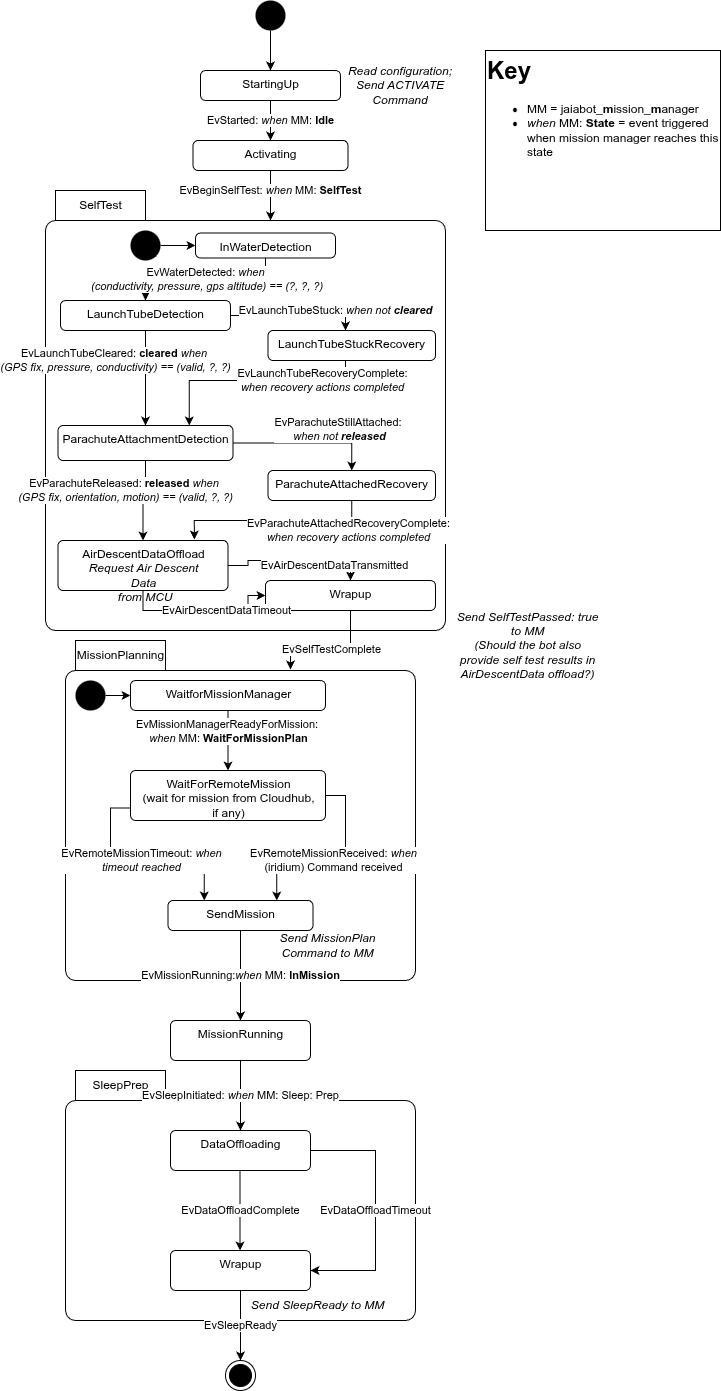
The draw.io diagram src/doc/figures/storm/storm-manager-states.png in jaiarobotics/jaiabot, before a commit. Source tidied: cells renumbered, new cells last; positions are measured from the earlier drawing's top-left corner, leaving out a move shared by most shapes.
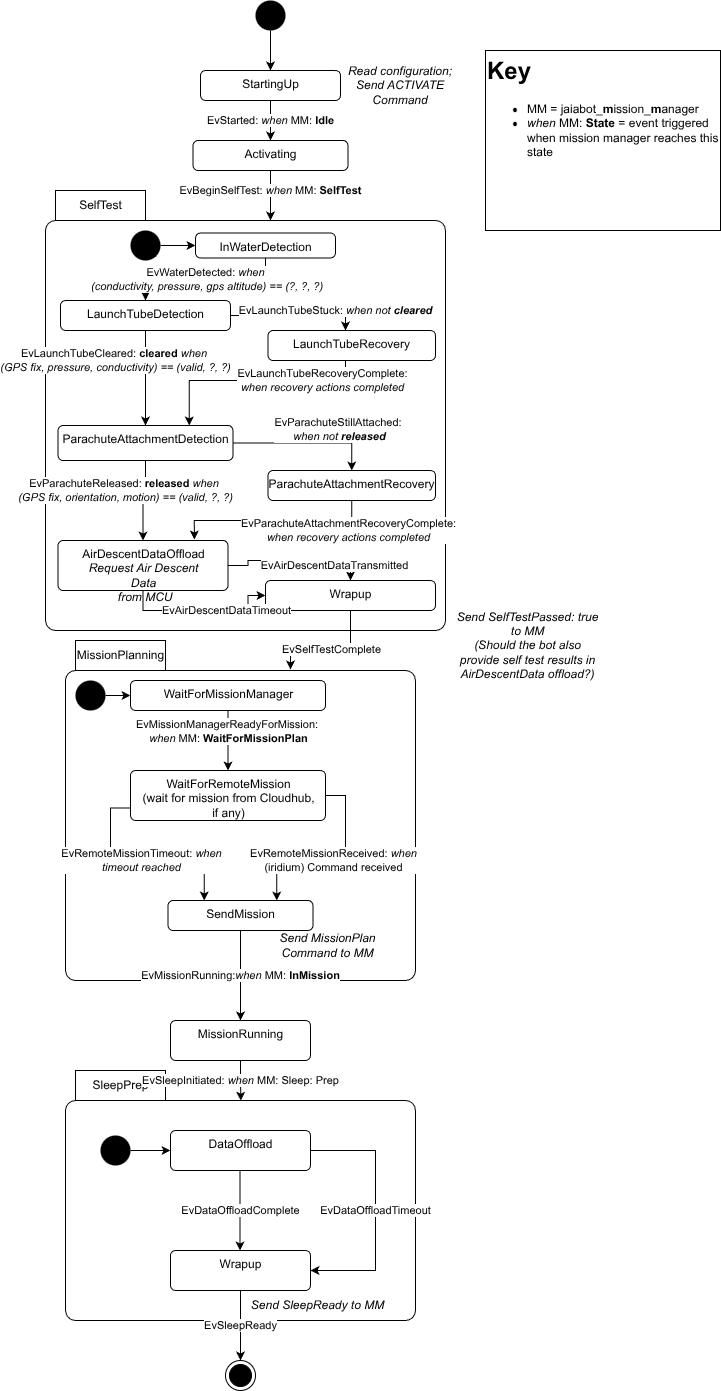
After the commit.

The edit, as a diff of the source:
```diff
@@ -93,7 +93,7 @@
         <mxPoint y="-8" as="offset" />
       </mxGeometry>
     </mxCell>
-    <mxCell id="28" value="WaitforMissionManager" style="html=1;align=center;verticalAlign=top;rounded=1;absoluteArcSize=1;arcSize=10;dashed=0;" parent="1" vertex="1">
+    <mxCell id="28" value="WaitForMissionManager" style="html=1;align=center;verticalAlign=top;rounded=1;absoluteArcSize=1;arcSize=10;dashed=0;" parent="1" vertex="1">
       <mxGeometry x="85" y="680" width="195" height="30" as="geometry" />
     </mxCell>
     <mxCell id="29" value="EvRemoteMissionTimeout: &lt;i&gt;when&lt;/i&gt;&lt;div&gt;&lt;i&gt;timeout reached&lt;/i&gt;&lt;/div&gt;" style="edgeStyle=orthogonalEdgeStyle;rounded=0;jettySize=auto;html=1;entryX=0.25;entryY=0;entryDx=0;entryDy=0;exitX=0;exitY=0.75;exitDx=0;exitDy=0;" parent="1" edge="1" source="30" target="34">
@@ -128,10 +128,10 @@
         </Array>
       </mxGeometry>
     </mxCell>
-    <mxCell id="38" value="LaunchTubeStuckRecovery" style="html=1;align=center;verticalAlign=top;rounded=1;absoluteArcSize=1;arcSize=10;dashed=0;" parent="1" vertex="1">
+    <mxCell id="38" value="LaunchTubeRecovery" style="html=1;align=center;verticalAlign=top;rounded=1;absoluteArcSize=1;arcSize=10;dashed=0;" parent="1" vertex="1">
       <mxGeometry x="222.5" y="330" width="167.5" height="30" as="geometry" />
     </mxCell>
-    <mxCell id="39" value="EvParachuteAttachedRecoveryComplete:&lt;div&gt;&lt;i&gt;when recovery actions completed&lt;/i&gt;&lt;/div&gt;" style="edgeStyle=orthogonalEdgeStyle;rounded=0;jettySize=auto;html=1;entryX=0.802;entryY=-0.019;entryDx=0;entryDy=0;entryPerimeter=0;exitX=0.5;exitY=1;exitDx=0;exitDy=0;" parent="1" edge="1" source="40" target="21">
+    <mxCell id="39" value="EvParachuteAttachmentRecoveryComplete:&lt;div&gt;&lt;i&gt;when recovery actions completed&lt;/i&gt;&lt;/div&gt;" style="edgeStyle=orthogonalEdgeStyle;rounded=0;jettySize=auto;html=1;entryX=0.802;entryY=-0.019;entryDx=0;entryDy=0;entryPerimeter=0;exitX=0.5;exitY=1;exitDx=0;exitDy=0;" parent="1" edge="1" source="40" target="21">
       <mxGeometry x="-0.77" y="10" relative="1" as="geometry">
         <Array as="points">
           <mxPoint x="306" y="520" />
@@ -139,7 +139,7 @@
         </Array>
       </mxGeometry>
     </mxCell>
-    <mxCell id="40" value="ParachuteAttachedRecovery" style="html=1;align=center;verticalAlign=top;rounded=1;absoluteArcSize=1;arcSize=10;dashed=0;" parent="1" vertex="1">
+    <mxCell id="40" value="ParachuteAttachmentRecovery" style="html=1;align=center;verticalAlign=top;rounded=1;absoluteArcSize=1;arcSize=10;dashed=0;" parent="1" vertex="1">
       <mxGeometry x="222.5" y="470" width="167.5" height="30" as="geometry" />
     </mxCell>
     <mxCell id="41" value="EvParachuteStillAttached:&amp;nbsp;&lt;div&gt;&lt;i&gt;when not &lt;b&gt;released&lt;/b&gt;&lt;/i&gt;&lt;/div&gt;" style="edgeStyle=orthogonalEdgeStyle;rounded=0;jettySize=auto;html=1;exitX=1;exitY=0.5;exitDx=0;exitDy=0;entryX=0.5;entryY=0;entryDx=0;entryDy=0;" parent="1" edge="1" source="20" target="40">
@@ -171,7 +171,7 @@
         </Array>
       </mxGeometry>
     </mxCell>
-    <mxCell id="47" value="DataOffloading" style="html=1;align=center;verticalAlign=top;rounded=1;absoluteArcSize=1;arcSize=10;dashed=0;" parent="1" vertex="1">
+    <mxCell id="47" value="DataOffload" style="html=1;align=center;verticalAlign=top;rounded=1;absoluteArcSize=1;arcSize=10;dashed=0;" parent="1" vertex="1">
       <mxGeometry x="125" y="1130" width="140" height="40" as="geometry" />
     </mxCell>
     <mxCell id="48" value="EvSleepReady" style="edgeStyle=orthogonalEdgeStyle;rounded=0;jettySize=auto;html=1;entryX=0.5;entryY=0;entryDx=0;entryDy=0;" parent="1" edge="1" source="49" target="53">
@@ -188,7 +188,7 @@
         </Array>
       </mxGeometry>
     </mxCell>
-    <mxCell id="51" value="EvSleepInitiated: &lt;i&gt;when &lt;/i&gt;MM: Sleep: Prep" style="edgeStyle=orthogonalEdgeStyle;rounded=0;jettySize=auto;html=1;entryX=0.5;entryY=0;entryDx=0;entryDy=0;" parent="1" edge="1" source="13" target="47">
+    <mxCell id="51" value="EvSleepInitiated: &lt;i&gt;when &lt;/i&gt;MM: Sleep: Prep" style="edgeStyle=orthogonalEdgeStyle;rounded=0;jettySize=auto;html=1;entryX=0.501;entryY=0.121;entryDx=0;entryDy=0;entryPerimeter=0;" parent="1" edge="1" source="13" target="45">
       <mxGeometry relative="1" as="geometry" />
     </mxCell>
     <mxCell id="52" value="&lt;i&gt;Send SleepReady to MM&lt;/i&gt;" style="text;html=1;whiteSpace=wrap;strokeColor=none;fillColor=none;align=center;verticalAlign=middle;rounded=0;" parent="1" vertex="1">
@@ -197,5 +197,11 @@
     <mxCell id="53" value="Ev" style="ellipse;html=1;shape=endState;fillColor=strokeColor;" parent="1" vertex="1">
       <mxGeometry x="180" y="1360" width="30" height="30" as="geometry" />
     </mxCell>
+    <mxCell id="54" style="edgeStyle=orthogonalEdgeStyle;rounded=0;jettySize=auto;html=1;" parent="1" edge="1" source="55" target="47">
+      <mxGeometry relative="1" as="geometry" />
+    </mxCell>
+    <mxCell id="55" style="ellipse;fillColor=#000000;strokeColor=none;" parent="1" vertex="1">
+      <mxGeometry x="55" y="1135" width="30" height="30" as="geometry" />
+    </mxCell>
   </root>
 </mxGraphModel>
```
